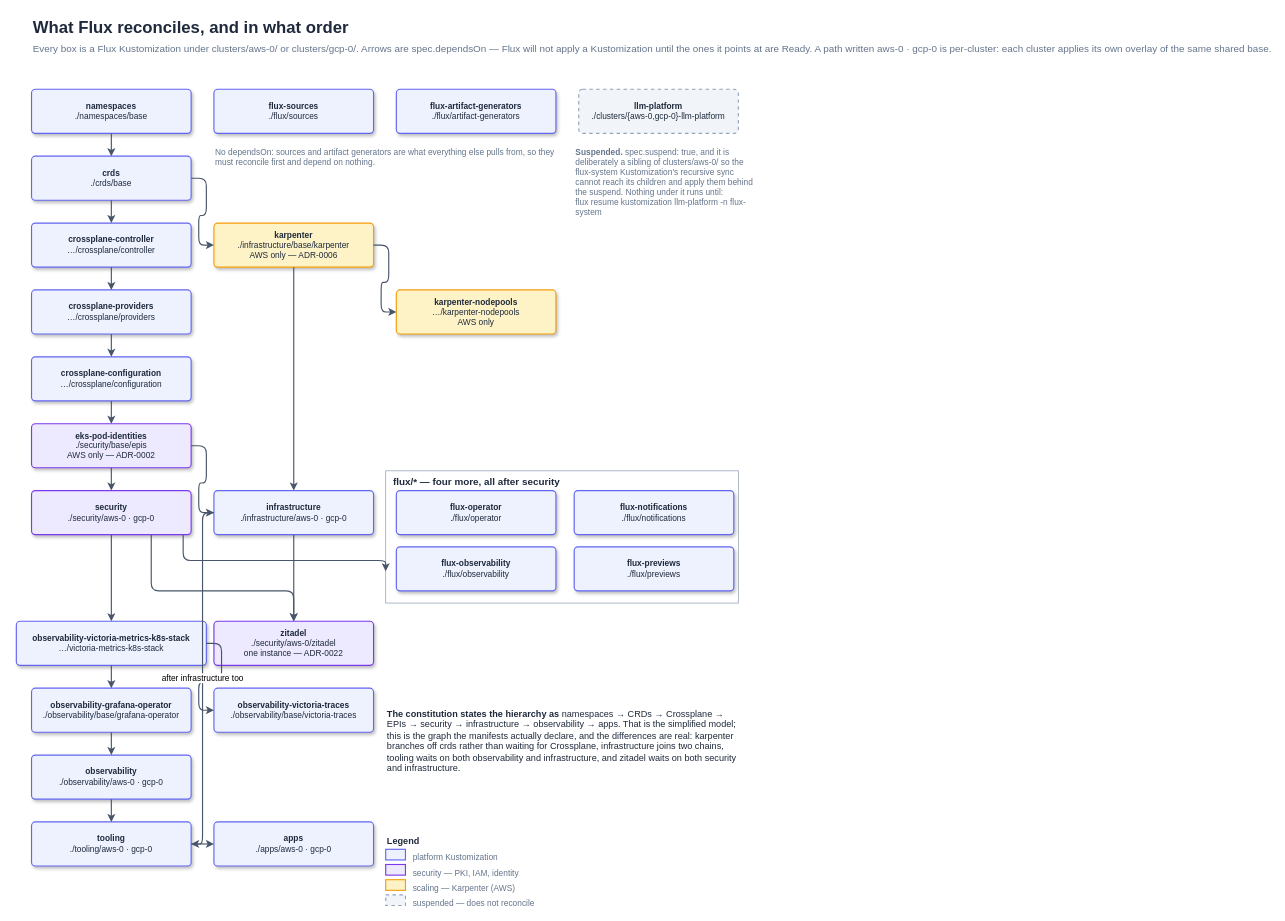
The draw.io diagram docs/architecture/flux-dependency-tree.drawio in Smana/cloud-native-ref, before the edit. Source tidied: cells renumbered, new cells numbered last; positions are measured from the earlier drawing's top-left corner, leaving out a move shared by most shapes. Both pictures are drawn from the tidied source at 76%, with x=0, y=0 at pixel (16, 13).
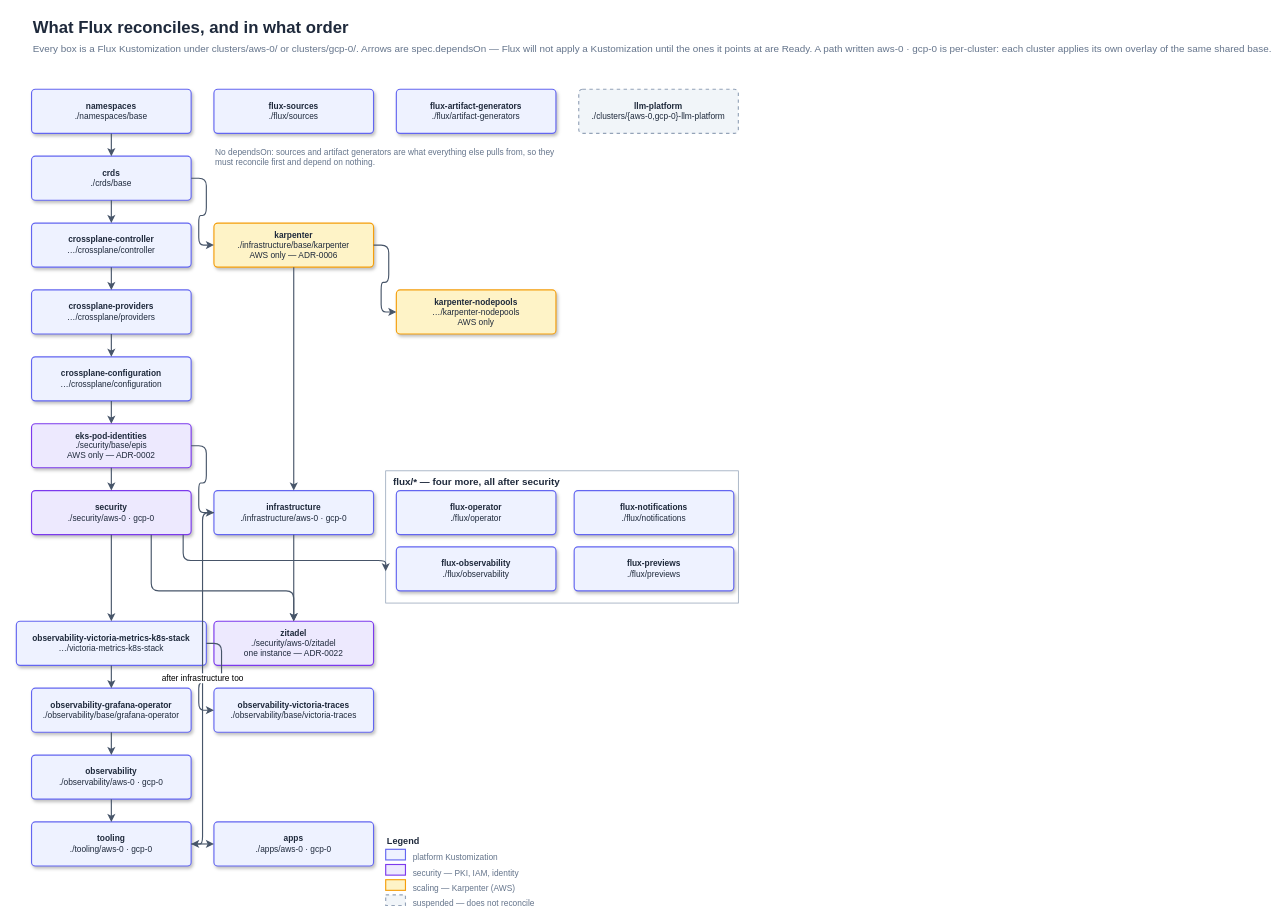
The same diagram, later.

Change to the diagram source:
```diff
@@
-    <mxCell id="49" value="&lt;b&gt;Suspended.&lt;/b&gt; spec.suspend: true, and it is deliberately a sibling of clusters/aws-0/ so the flux-system Kustomization's recursive sync cannot reach its children and apply them behind the suspend. Nothing under it runs until:&#10;flux resume kustomization llm-platform -n flux-system" style="text;html=1;fontFamily=Helvetica;fontSize=11;fontColor=#64748B;align=left;verticalAlign=top;whiteSpace=wrap;" parent="1" vertex="1">
-      <mxGeometry x="734" y="170" width="246" height="140" as="geometry" />
-    </mxCell>
@@
-    <mxCell id="51" value="&lt;b&gt;The constitution states the hierarchy as&lt;/b&gt; namespaces → CRDs → Crossplane → EPIs → security → infrastructure → observability → apps. That is the simplified model; this is the graph the manifests actually declare, and the differences are real: karpenter branches off crds rather than waiting for Crossplane, infrastructure joins two chains, tooling waits on both observability and infrastructure, and zitadel waits on both security and infrastructure." style="text;html=1;fontFamily=Helvetica;fontSize=12;fontColor=#1E293B;align=left;verticalAlign=top;whiteSpace=wrap;" parent="1" vertex="1">
-      <mxGeometry x="486" y="908" width="470" height="130" as="geometry" />
-    </mxCell>
```
